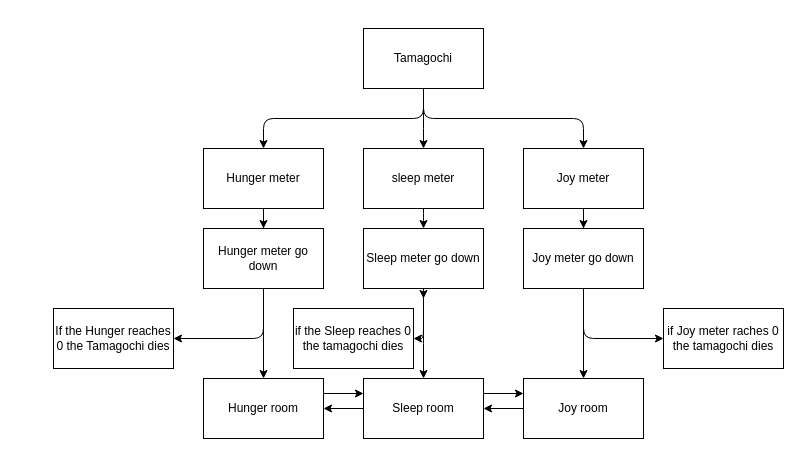
Earlier version of the draw.io diagram wireframe/Tamagochi.dio (M-Mirvan/project-TamagochiV1). Source tidied: cells renumbered, new cells numbered last; positions are measured from the earlier drawing's top-left corner, leaving out a move shared by most shapes. Both pictures are drawn from the tidied source at 100%, with x=0, y=0 at pixel (53, 28).
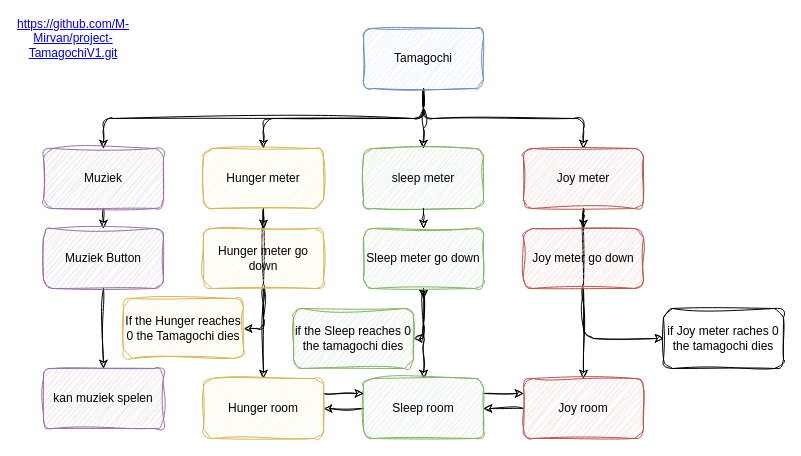
The same diagram, later.

Change to the diagram source:
```diff
@@
-    <mxCell id="2" style="edgeStyle=none;html=1;" parent="1" edge="1" source="5" target="7">
+    <mxCell id="2" style="edgeStyle=none;html=1;rounded=1;sketch=1;curveFitting=1;jiggle=2;" parent="1" edge="1" source="5" target="7">
       <mxGeometry relative="1" as="geometry">
         <Array as="points">
           <mxPoint x="370" y="90" />
         </Array>
       </mxGeometry>
     </mxCell>
-    <mxCell id="3" style="edgeStyle=elbowEdgeStyle;html=1;elbow=vertical;" parent="1" edge="1" source="5" target="10">
+    <mxCell id="3" style="edgeStyle=elbowEdgeStyle;html=1;elbow=vertical;rounded=1;sketch=1;curveFitting=1;jiggle=2;" parent="1" edge="1" source="5" target="10">
       <mxGeometry relative="1" as="geometry" />
     </mxCell>
-    <mxCell id="4" style="edgeStyle=elbowEdgeStyle;elbow=vertical;html=1;exitX=0.5;exitY=1;exitDx=0;exitDy=0;entryX=0.5;entryY=0;entryDx=0;entryDy=0;" parent="1" edge="1" source="5" target="13">
+    <mxCell id="4" style="edgeStyle=elbowEdgeStyle;elbow=vertical;html=1;exitX=0.5;exitY=1;exitDx=0;exitDy=0;entryX=0.5;entryY=0;entryDx=0;entryDy=0;rounded=1;sketch=1;curveFitting=1;jiggle=2;" parent="1" edge="1" source="5" target="13">
       <mxGeometry relative="1" as="geometry" />
     </mxCell>
+    <mxCell id="32" style="edgeStyle=orthogonalEdgeStyle;html=1;exitX=0.5;exitY=1;exitDx=0;exitDy=0;rounded=1;sketch=1;curveFitting=1;jiggle=2;" parent="1" edge="1" source="5" target="34">
+      <mxGeometry relative="1" as="geometry">
+        <Array as="points">
+          <mxPoint x="370" y="90" />
+          <mxPoint x="50" y="90" />
+        </Array>
+      </mxGeometry>
+    </mxCell>
-    <mxCell id="5" value="Tamagochi" style="whiteSpace=wrap;html=1;" parent="1" vertex="1">
+    <mxCell id="5" value="Tamagochi" style="whiteSpace=wrap;html=1;rounded=1;sketch=1;curveFitting=1;jiggle=2;fillColor=#dae8fc;strokeColor=#6c8ebf;" parent="1" vertex="1">
       <mxGeometry x="310" width="120" height="60" as="geometry" />
     </mxCell>
-    <mxCell id="6" style="edgeStyle=elbowEdgeStyle;elbow=vertical;html=1;exitX=0.5;exitY=1;exitDx=0;exitDy=0;entryX=0.5;entryY=0;entryDx=0;entryDy=0;" parent="1" edge="1" source="24" target="18">
+    <mxCell id="6" style="edgeStyle=elbowEdgeStyle;elbow=vertical;html=1;exitX=0.5;exitY=1;exitDx=0;exitDy=0;entryX=0.5;entryY=0;entryDx=0;entryDy=0;rounded=1;sketch=1;curveFitting=1;jiggle=2;" parent="1" edge="1" source="24" target="18">
       <mxGeometry relative="1" as="geometry" />
     </mxCell>
-    <mxCell id="7" value="sleep meter" style="whiteSpace=wrap;html=1;" parent="1" vertex="1">
+    <mxCell id="7" value="sleep meter" style="whiteSpace=wrap;html=1;rounded=1;sketch=1;curveFitting=1;jiggle=2;fillColor=#d5e8d4;strokeColor=#82b366;" parent="1" vertex="1">
       <mxGeometry x="310" y="120" width="120" height="60" as="geometry" />
     </mxCell>
-    <mxCell id="8" style="edgeStyle=elbowEdgeStyle;elbow=vertical;html=1;entryX=0.5;entryY=0;entryDx=0;entryDy=0;" parent="1" edge="1" target="15">
+    <mxCell id="8" style="edgeStyle=elbowEdgeStyle;elbow=vertical;html=1;entryX=0.5;entryY=0;entryDx=0;entryDy=0;rounded=1;sketch=1;curveFitting=1;jiggle=2;" parent="1" edge="1" target="15">
       <mxGeometry relative="1" as="geometry">
         <mxPoint x="530" y="180" as="sourcePoint" />
       </mxGeometry>
     </mxCell>
-    <mxCell id="9" style="edgeStyle=orthogonalEdgeStyle;html=1;exitX=0.5;exitY=1;exitDx=0;exitDy=0;elbow=vertical;" parent="1" edge="1" source="10">
+    <mxCell id="9" style="edgeStyle=orthogonalEdgeStyle;html=1;exitX=0.5;exitY=1;exitDx=0;exitDy=0;elbow=vertical;rounded=1;sketch=1;curveFitting=1;jiggle=2;" parent="1" edge="1" source="10">
       <mxGeometry relative="1" as="geometry">
         <mxPoint x="530" y="200" as="targetPoint" />
       </mxGeometry>
     </mxCell>
-    <mxCell id="10" value="Joy meter" style="whiteSpace=wrap;html=1;" parent="1" vertex="1">
+    <mxCell id="10" value="Joy meter" style="whiteSpace=wrap;html=1;rounded=1;sketch=1;curveFitting=1;jiggle=2;fillColor=#f8cecc;strokeColor=#b85450;" parent="1" vertex="1">
       <mxGeometry x="470" y="120" width="120" height="60" as="geometry" />
     </mxCell>
-    <mxCell id="11" style="edgeStyle=elbowEdgeStyle;elbow=vertical;html=1;exitX=0.5;exitY=1;exitDx=0;exitDy=0;entryX=0.5;entryY=0;entryDx=0;entryDy=0;" parent="1" edge="1" source="13" target="20">
+    <mxCell id="11" style="edgeStyle=elbowEdgeStyle;elbow=vertical;html=1;exitX=0.5;exitY=1;exitDx=0;exitDy=0;entryX=0.5;entryY=0;entryDx=0;entryDy=0;rounded=1;sketch=1;curveFitting=1;jiggle=2;" parent="1" edge="1" source="13" target="20">
       <mxGeometry relative="1" as="geometry" />
     </mxCell>
-    <mxCell id="12" style="edgeStyle=orthogonalEdgeStyle;html=1;exitX=0.5;exitY=1;exitDx=0;exitDy=0;elbow=vertical;" parent="1" edge="1" source="13" target="28">
+    <mxCell id="12" style="edgeStyle=orthogonalEdgeStyle;html=1;exitX=0.5;exitY=1;exitDx=0;exitDy=0;elbow=vertical;rounded=1;sketch=1;curveFitting=1;jiggle=2;" parent="1" edge="1" source="13" target="28">
       <mxGeometry relative="1" as="geometry" />
     </mxCell>
-    <mxCell id="13" value="Hunger meter" style="whiteSpace=wrap;html=1;" parent="1" vertex="1">
+    <mxCell id="13" value="Hunger meter" style="whiteSpace=wrap;html=1;rounded=1;sketch=1;curveFitting=1;jiggle=2;fillColor=#fff2cc;strokeColor=#d6b656;" parent="1" vertex="1">
       <mxGeometry x="150" y="120" width="120" height="60" as="geometry" />
     </mxCell>
-    <mxCell id="14" style="edgeStyle=orthogonalEdgeStyle;html=1;exitX=0;exitY=0.5;exitDx=0;exitDy=0;elbow=vertical;" parent="1" edge="1" source="15" target="18">
+    <mxCell id="14" style="edgeStyle=orthogonalEdgeStyle;html=1;exitX=0;exitY=0.5;exitDx=0;exitDy=0;elbow=vertical;rounded=1;sketch=1;curveFitting=1;jiggle=2;" parent="1" edge="1" source="15" target="18">
       <mxGeometry relative="1" as="geometry" />
     </mxCell>
-    <mxCell id="15" value="Joy room" style="whiteSpace=wrap;html=1;" parent="1" vertex="1">
+    <mxCell id="15" value="Joy room" style="whiteSpace=wrap;html=1;rounded=1;sketch=1;curveFitting=1;jiggle=2;fillColor=#f8cecc;strokeColor=#b85450;" parent="1" vertex="1">
       <mxGeometry x="470" y="350" width="120" height="60" as="geometry" />
     </mxCell>
-    <mxCell id="16" style="edgeStyle=orthogonalEdgeStyle;html=1;exitX=0;exitY=0.5;exitDx=0;exitDy=0;entryX=1;entryY=0.5;entryDx=0;entryDy=0;elbow=vertical;" parent="1" edge="1" source="18" target="20">
+    <mxCell id="16" style="edgeStyle=orthogonalEdgeStyle;html=1;exitX=0;exitY=0.5;exitDx=0;exitDy=0;entryX=1;entryY=0.5;entryDx=0;entryDy=0;elbow=vertical;rounded=1;sketch=1;curveFitting=1;jiggle=2;" parent="1" edge="1" source="18" target="20">
       <mxGeometry relative="1" as="geometry" />
     </mxCell>
-    <mxCell id="17" style="edgeStyle=orthogonalEdgeStyle;html=1;exitX=1;exitY=0.25;exitDx=0;exitDy=0;entryX=0;entryY=0.25;entryDx=0;entryDy=0;elbow=vertical;" parent="1" edge="1" source="18" target="15">
+    <mxCell id="17" style="edgeStyle=orthogonalEdgeStyle;html=1;exitX=1;exitY=0.25;exitDx=0;exitDy=0;entryX=0;entryY=0.25;entryDx=0;entryDy=0;elbow=vertical;rounded=1;sketch=1;curveFitting=1;jiggle=2;" parent="1" edge="1" source="18" target="15">
       <mxGeometry relative="1" as="geometry" />
     </mxCell>
-    <mxCell id="18" value="Sleep room" style="whiteSpace=wrap;html=1;" parent="1" vertex="1">
+    <mxCell id="18" value="Sleep room" style="whiteSpace=wrap;html=1;rounded=1;sketch=1;curveFitting=1;jiggle=2;fillColor=#d5e8d4;strokeColor=#82b366;" parent="1" vertex="1">
       <mxGeometry x="310" y="350" width="120" height="60" as="geometry" />
     </mxCell>
-    <mxCell id="19" style="edgeStyle=orthogonalEdgeStyle;html=1;exitX=1;exitY=0.25;exitDx=0;exitDy=0;entryX=0;entryY=0.25;entryDx=0;entryDy=0;elbow=vertical;" parent="1" edge="1" source="20" target="18">
+    <mxCell id="19" style="edgeStyle=orthogonalEdgeStyle;html=1;exitX=1;exitY=0.25;exitDx=0;exitDy=0;entryX=0;entryY=0.25;entryDx=0;entryDy=0;elbow=vertical;rounded=1;sketch=1;curveFitting=1;jiggle=2;" parent="1" edge="1" source="20" target="18">
       <mxGeometry relative="1" as="geometry" />
     </mxCell>
-    <mxCell id="20" value="Hunger room" style="whiteSpace=wrap;html=1;" parent="1" vertex="1">
+    <mxCell id="20" value="Hunger room" style="whiteSpace=wrap;html=1;rounded=1;sketch=1;curveFitting=1;jiggle=2;fillColor=#fff2cc;strokeColor=#d6b656;" parent="1" vertex="1">
       <mxGeometry x="150" y="350" width="120" height="60" as="geometry" />
     </mxCell>
-    <mxCell id="21" style="edgeStyle=elbowEdgeStyle;elbow=vertical;html=1;exitX=0.5;exitY=1;exitDx=0;exitDy=0;entryX=0.5;entryY=0;entryDx=0;entryDy=0;" parent="1" edge="1" source="7" target="24">
+    <mxCell id="21" style="edgeStyle=elbowEdgeStyle;elbow=vertical;html=1;exitX=0.5;exitY=1;exitDx=0;exitDy=0;entryX=0.5;entryY=0;entryDx=0;entryDy=0;rounded=1;sketch=1;curveFitting=1;jiggle=2;" parent="1" edge="1" source="7" target="24">
       <mxGeometry relative="1" as="geometry" />
     </mxCell>
-    <mxCell id="22" style="edgeStyle=orthogonalEdgeStyle;html=1;exitX=0.5;exitY=1;exitDx=0;exitDy=0;elbow=vertical;" parent="1" edge="1" source="24">
+    <mxCell id="22" style="edgeStyle=orthogonalEdgeStyle;html=1;exitX=0.5;exitY=1;exitDx=0;exitDy=0;elbow=vertical;rounded=1;sketch=1;curveFitting=1;jiggle=2;" parent="1" edge="1" source="24">
       <mxGeometry relative="1" as="geometry">
         <mxPoint x="370" y="270" as="targetPoint" />
       </mxGeometry>
     </mxCell>
-    <mxCell id="23" style="edgeStyle=orthogonalEdgeStyle;html=1;exitX=0.5;exitY=1;exitDx=0;exitDy=0;entryX=1;entryY=0.5;entryDx=0;entryDy=0;elbow=vertical;" parent="1" edge="1" source="24" target="31">
+    <mxCell id="23" style="edgeStyle=orthogonalEdgeStyle;html=1;exitX=0.5;exitY=1;exitDx=0;exitDy=0;entryX=1;entryY=0.5;entryDx=0;entryDy=0;elbow=vertical;rounded=1;sketch=1;curveFitting=1;jiggle=2;" parent="1" edge="1" source="24" target="31">
       <mxGeometry relative="1" as="geometry" />
     </mxCell>
-    <mxCell id="24" value="Sleep meter go down" style="whiteSpace=wrap;html=1;" parent="1" vertex="1">
+    <mxCell id="24" value="Sleep meter go down" style="whiteSpace=wrap;html=1;rounded=1;sketch=1;curveFitting=1;jiggle=2;fillColor=#d5e8d4;strokeColor=#82b366;" parent="1" vertex="1">
       <mxGeometry x="310" y="200" width="120" height="60" as="geometry" />
     </mxCell>
-    <mxCell id="25" style="edgeStyle=orthogonalEdgeStyle;html=1;exitX=0.5;exitY=1;exitDx=0;exitDy=0;entryX=0;entryY=0.5;entryDx=0;entryDy=0;elbow=vertical;" parent="1" edge="1" source="26" target="29">
+    <mxCell id="25" style="edgeStyle=orthogonalEdgeStyle;html=1;exitX=0.5;exitY=1;exitDx=0;exitDy=0;entryX=0;entryY=0.5;entryDx=0;entryDy=0;elbow=vertical;rounded=1;sketch=1;curveFitting=1;jiggle=2;" parent="1" edge="1" source="26" target="29">
       <mxGeometry relative="1" as="geometry" />
     </mxCell>
-    <mxCell id="26" value="Joy meter go down" style="whiteSpace=wrap;html=1;" parent="1" vertex="1">
+    <mxCell id="26" value="Joy meter go down" style="whiteSpace=wrap;html=1;rounded=1;sketch=1;curveFitting=1;jiggle=2;fillColor=#f8cecc;strokeColor=#b85450;" parent="1" vertex="1">
       <mxGeometry x="470" y="200" width="120" height="60" as="geometry" />
     </mxCell>
-    <mxCell id="27" style="edgeStyle=orthogonalEdgeStyle;html=1;exitX=0.5;exitY=1;exitDx=0;exitDy=0;entryX=1;entryY=0.5;entryDx=0;entryDy=0;elbow=vertical;" parent="1" edge="1" source="28" target="30">
+    <mxCell id="27" style="edgeStyle=orthogonalEdgeStyle;html=1;exitX=0.5;exitY=1;exitDx=0;exitDy=0;entryX=1;entryY=0.5;entryDx=0;entryDy=0;elbow=vertical;rounded=1;sketch=1;curveFitting=1;jiggle=2;" parent="1" edge="1" source="28" target="30">
       <mxGeometry relative="1" as="geometry" />
     </mxCell>
-    <mxCell id="28" value="Hunger meter go down" style="whiteSpace=wrap;html=1;" parent="1" vertex="1">
+    <mxCell id="28" value="Hunger meter go down" style="whiteSpace=wrap;html=1;rounded=1;sketch=1;curveFitting=1;jiggle=2;fillColor=#fff2cc;strokeColor=#d6b656;" parent="1" vertex="1">
       <mxGeometry x="150" y="200" width="120" height="60" as="geometry" />
     </mxCell>
-    <mxCell id="29" value="if Joy meter raches 0 the tamagochi dies" style="whiteSpace=wrap;html=1;" parent="1" vertex="1">
+    <mxCell id="29" value="if Joy meter raches 0 the tamagochi dies" style="whiteSpace=wrap;html=1;rounded=1;sketch=1;curveFitting=1;jiggle=2;" parent="1" vertex="1">
       <mxGeometry x="610" y="280" width="120" height="60" as="geometry" />
     </mxCell>
-    <mxCell id="30" value="If the Hunger reaches 0 the Tamagochi dies" style="whiteSpace=wrap;html=1;" parent="1" vertex="1">
-      <mxGeometry y="280" width="120" height="60" as="geometry" />
+    <mxCell id="30" value="If the Hunger reaches 0 the Tamagochi dies" style="whiteSpace=wrap;html=1;rounded=1;sketch=1;curveFitting=1;jiggle=2;fillColor=#fff2cc;strokeColor=#d6b656;" parent="1" vertex="1">
+      <mxGeometry x="70" y="270" width="120" height="60" as="geometry" />
     </mxCell>
-    <mxCell id="31" value="if the Sleep reaches 0 the tamagochi dies" style="whiteSpace=wrap;html=1;" parent="1" vertex="1">
+    <mxCell id="31" value="if the Sleep reaches 0 the tamagochi dies" style="whiteSpace=wrap;html=1;rounded=1;sketch=1;curveFitting=1;jiggle=2;fillColor=#d5e8d4;strokeColor=#82b366;" parent="1" vertex="1">
       <mxGeometry x="240" y="280" width="120" height="60" as="geometry" />
     </mxCell>
+    <mxCell id="33" style="edgeStyle=orthogonalEdgeStyle;html=1;exitX=0.5;exitY=1;exitDx=0;exitDy=0;entryX=0.5;entryY=0;entryDx=0;entryDy=0;rounded=1;sketch=1;curveFitting=1;jiggle=2;" parent="1" edge="1" source="34" target="36">
+      <mxGeometry relative="1" as="geometry" />
+    </mxCell>
+    <mxCell id="34" value="Muziek" style="whiteSpace=wrap;html=1;rounded=1;sketch=1;curveFitting=1;jiggle=2;fillColor=#e1d5e7;strokeColor=#9673a6;" parent="1" vertex="1">
+      <mxGeometry x="-10" y="120" width="120" height="60" as="geometry" />
+    </mxCell>
+    <mxCell id="35" style="edgeStyle=orthogonalEdgeStyle;html=1;exitX=0.5;exitY=1;exitDx=0;exitDy=0;rounded=1;sketch=1;curveFitting=1;jiggle=2;" parent="1" edge="1" source="36" target="37">
+      <mxGeometry relative="1" as="geometry" />
+    </mxCell>
+    <mxCell id="36" value="Muziek Button" style="whiteSpace=wrap;html=1;rounded=1;sketch=1;curveFitting=1;jiggle=2;fillColor=#e1d5e7;strokeColor=#9673a6;" parent="1" vertex="1">
+      <mxGeometry x="-10" y="200" width="120" height="60" as="geometry" />
+    </mxCell>
+    <mxCell id="37" value="kan muziek spelen" style="whiteSpace=wrap;html=1;rounded=1;sketch=1;curveFitting=1;jiggle=2;fillColor=#e1d5e7;strokeColor=#9673a6;" parent="1" vertex="1">
+      <mxGeometry x="-10" y="340" width="120" height="60" as="geometry" />
+    </mxCell>
+    <mxCell id="38" value="https://github.com/M-Mirvan/project-TamagochiV1.git" style="text;html=1;strokeColor=none;fillColor=none;whiteSpace=wrap;align=center;verticalAlign=middle;fontColor=#0000EE;fontStyle=4;rounded=1;sketch=1;curveFitting=1;jiggle=2;" parent="1" vertex="1">
+      <mxGeometry x="-10" y="-10" width="60" height="40" as="geometry" />
+    </mxCell>
```
